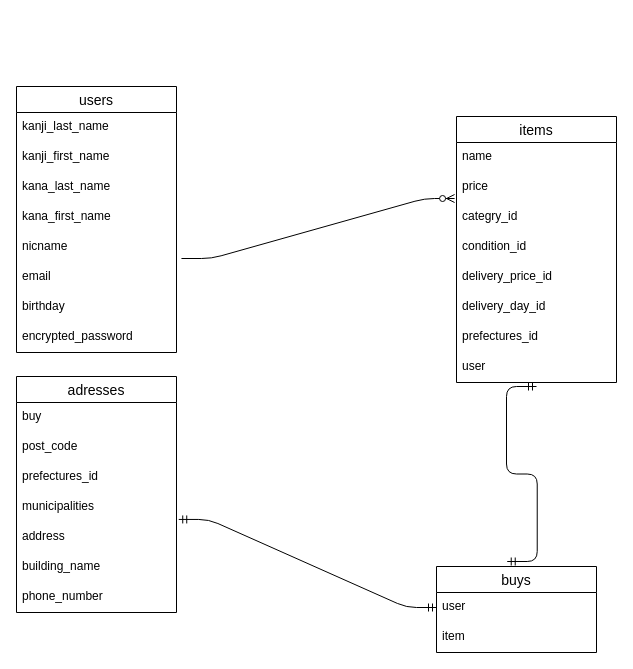
Before: furima.dio in oda27/furima-38275, a draw.io diagram. Source tidied: cells renumbered, new cells numbered last; positions are measured from the earlier drawing's top-left corner, leaving out a move shared by most shapes. Both pictures are drawn from the tidied source at 100%, with x=0, y=0 at pixel (16, 86).
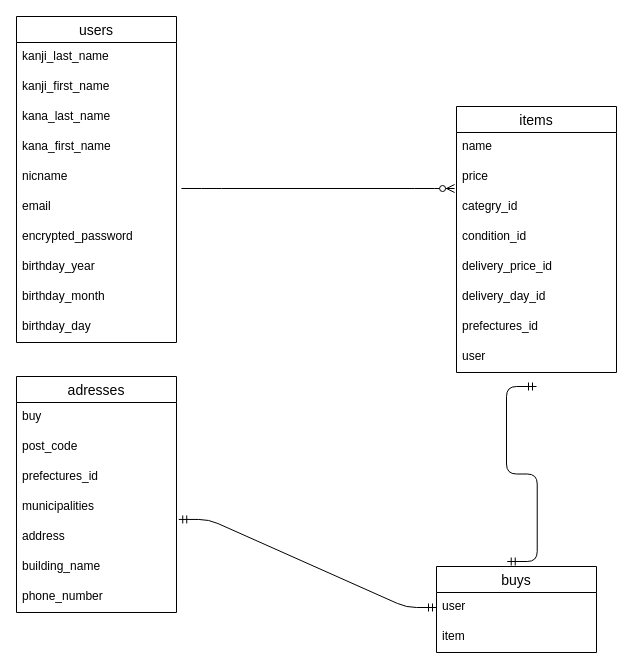
Above is the later version.

Commit message (it also covers changes not shown here):
データベース設計

Change to the diagram source:
```diff
@@
     <mxCell id="2" value="users" style="swimlane;fontStyle=0;horizontal=1;startSize=26;align=center;fontSize=14;" parent="1" vertex="1">
-      <mxGeometry width="160" height="266" as="geometry" />
+      <mxGeometry y="-70" width="160" height="326" as="geometry" />
     </mxCell>
@@
+    <mxCell id="10" value="encrypted_password" style="text;strokeColor=none;fillColor=none;spacingLeft=4;spacingRight=4;overflow=hidden;fontSize=12;" parent="2" vertex="1">
+      <mxGeometry y="206" width="160" height="30" as="geometry" />
+    </mxCell>
-    <mxCell id="9" value="birthday" style="text;strokeColor=none;fillColor=none;spacingLeft=4;spacingRight=4;overflow=hidden;fontSize=12;" parent="2" vertex="1">
-      <mxGeometry y="206" width="160" height="30" as="geometry" />
+    <mxCell id="9" value="birthday_year" style="text;strokeColor=none;fillColor=none;spacingLeft=4;spacingRight=4;overflow=hidden;fontSize=12;" parent="2" vertex="1">
+      <mxGeometry y="236" width="160" height="30" as="geometry" />
     </mxCell>
-    <mxCell id="10" value="encrypted_password" style="text;strokeColor=none;fillColor=none;spacingLeft=4;spacingRight=4;overflow=hidden;fontSize=12;" parent="2" vertex="1">
-      <mxGeometry y="236" width="160" height="30" as="geometry" />
-    </mxCell>
+    <mxCell id="35" value="birthday_month" style="text;strokeColor=none;fillColor=none;spacingLeft=4;spacingRight=4;overflow=hidden;fontSize=12;" parent="2" vertex="1">
+      <mxGeometry y="266" width="160" height="30" as="geometry" />
+    </mxCell>
+    <mxCell id="36" value="birthday_day" style="text;strokeColor=none;fillColor=none;spacingLeft=4;spacingRight=4;overflow=hidden;fontSize=12;" parent="2" vertex="1">
+      <mxGeometry y="296" width="160" height="30" as="geometry" />
+    </mxCell>
@@
     <mxCell id="22" value="items" style="swimlane;fontStyle=0;horizontal=1;startSize=26;align=center;fontSize=14;" parent="1" vertex="1">
-      <mxGeometry x="440" y="30" width="160" height="266" as="geometry" />
+      <mxGeometry x="440" y="20" width="160" height="266" as="geometry" />
     </mxCell>
```
